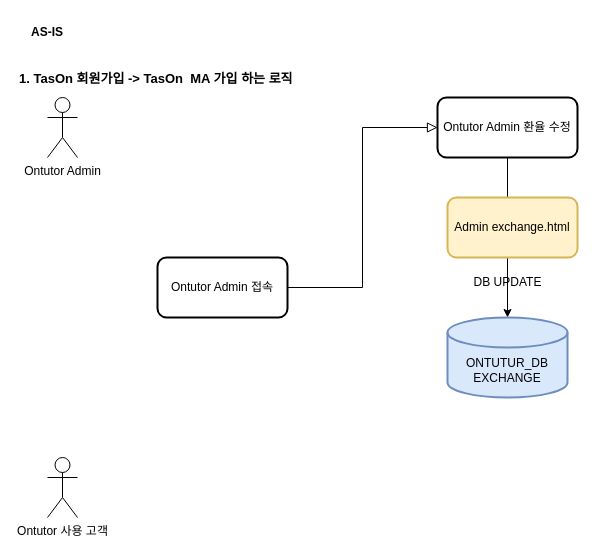
This is 환율관련로직.drawio from jaero0725/draw_io, a draw.io file, before an edit. Source tidied: cells renumbered, new cells numbered last; positions are measured from the earlier drawing's top-left corner, leaving out a move shared by most shapes. Both pictures are drawn from the tidied source at 100%, with x=0, y=0 at pixel (17, 17).
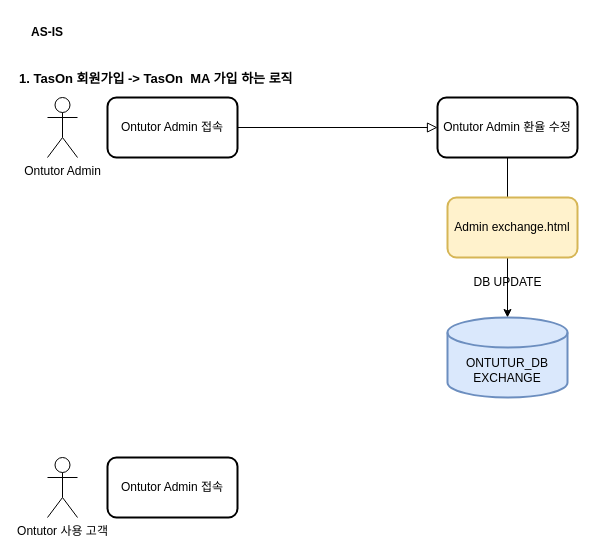
The same diagram, later.

Commit message (it also covers changes not shown here):
환율관련로직.drawio 업데이트

The edit, as a diff of the source:
```diff
@@
 <mxGraphModel>
   <root>
     <mxCell id="0" />
     <mxCell id="1" parent="0" />
     <mxCell id="2" value="AS-IS" style="text;strokeColor=none;align=center;fillColor=none;html=1;verticalAlign=middle;whiteSpace=wrap;rounded=0;fontStyle=1;" parent="1" vertex="1">
       <mxGeometry width="60" height="30" as="geometry" />
     </mxCell>
     <mxCell id="3" value="Ontutor Admin" style="shape=umlActor;verticalLabelPosition=bottom;verticalAlign=top;html=1;labelBackgroundColor=none;" parent="1" vertex="1">
       <mxGeometry x="30" y="80" width="30" height="60" as="geometry" />
     </mxCell>
     <mxCell id="4" style="rounded=0;html=1;jettySize=auto;fontSize=11;endArrow=block;endFill=0;endSize=8;strokeWidth=1;shadow=0;labelBackgroundColor=none;edgeStyle=orthogonalEdgeStyle;fontColor=default;entryX=0;entryY=0.5;entryDx=0;entryDy=0;exitX=1;exitY=0.5;exitDx=0;exitDy=0;" parent="1" edge="1" source="5" target="6">
       <mxGeometry relative="1" as="geometry" />
     </mxCell>
     <mxCell id="5" value="Ontutor Admin 접속" style="rounded=1;whiteSpace=wrap;html=1;fontSize=12;glass=0;strokeWidth=2;shadow=0;labelBackgroundColor=none;" parent="1" vertex="1">
-      <mxGeometry x="140" y="240" width="130" height="60" as="geometry" />
+      <mxGeometry x="90" y="80" width="130" height="60" as="geometry" />
     </mxCell>
     <mxCell id="6" value="Ontutor Admin 환율 수정" style="rounded=1;whiteSpace=wrap;html=1;fontSize=12;glass=0;strokeWidth=2;shadow=0;labelBackgroundColor=none;" parent="1" vertex="1">
       <mxGeometry x="420" y="80" width="140" height="60" as="geometry" />
     </mxCell>
     <mxCell id="7" style="endArrow=classic;html=1;rounded=0;labelBackgroundColor=none;fontColor=default;entryX=0.5;entryY=0;entryDx=0;entryDy=0;entryPerimeter=0;" parent="1" edge="1" target="8">
       <mxGeometry relative="1" as="geometry">
         <mxPoint x="490" y="140" as="sourcePoint" />
       </mxGeometry>
     </mxCell>
     <mxCell id="8" value="ONTUTUR_DB&lt;br&gt;EXCHANGE" style="shape=cylinder3;whiteSpace=wrap;html=1;boundedLbl=1;backgroundOutline=1;size=15;strokeWidth=2;labelBackgroundColor=none;fillColor=#dae8fc;strokeColor=#6c8ebf;" parent="1" vertex="1">
       <mxGeometry x="430" y="300" width="120" height="80" as="geometry" />
     </mxCell>
     <mxCell id="9" value="&lt;h2&gt;&lt;font style=&quot;font-size: 13px;&quot;&gt;1. TasOn 회원가입 -&amp;gt; TasOn&amp;nbsp; MA 가입 하는 로직&amp;nbsp;&lt;/font&gt;&lt;/h2&gt;" style="text;strokeColor=none;align=left;fillColor=none;html=1;verticalAlign=middle;whiteSpace=wrap;rounded=0;labelBackgroundColor=none;" parent="1" vertex="1">
       <mxGeometry y="40" width="290" height="40" as="geometry" />
     </mxCell>
     <mxCell id="10" value="Admin exchange.html" style="rounded=1;whiteSpace=wrap;html=1;strokeWidth=2;labelBackgroundColor=none;fillColor=#fff2cc;strokeColor=#d6b656;" parent="1" vertex="1">
       <mxGeometry x="430" y="180" width="130" height="60" as="geometry" />
     </mxCell>
     <mxCell id="11" value="DB UPDATE" style="text;html=1;align=center;verticalAlign=middle;strokeColor=none;fillColor=none;" parent="1" vertex="1">
       <mxGeometry x="445" y="250" width="90" height="30" as="geometry" />
     </mxCell>
     <mxCell id="12" value="Ontutor 사용 고객" style="shape=umlActor;verticalLabelPosition=bottom;verticalAlign=top;html=1;labelBackgroundColor=none;" parent="1" vertex="1">
       <mxGeometry x="30" y="440" width="30" height="60" as="geometry" />
     </mxCell>
+    <mxCell id="13" value="Ontutor Admin 접속" style="rounded=1;whiteSpace=wrap;html=1;fontSize=12;glass=0;strokeWidth=2;shadow=0;labelBackgroundColor=none;" parent="1" vertex="1">
+      <mxGeometry x="90" y="440" width="130" height="60" as="geometry" />
+    </mxCell>
   </root>
 </mxGraphModel>
```
